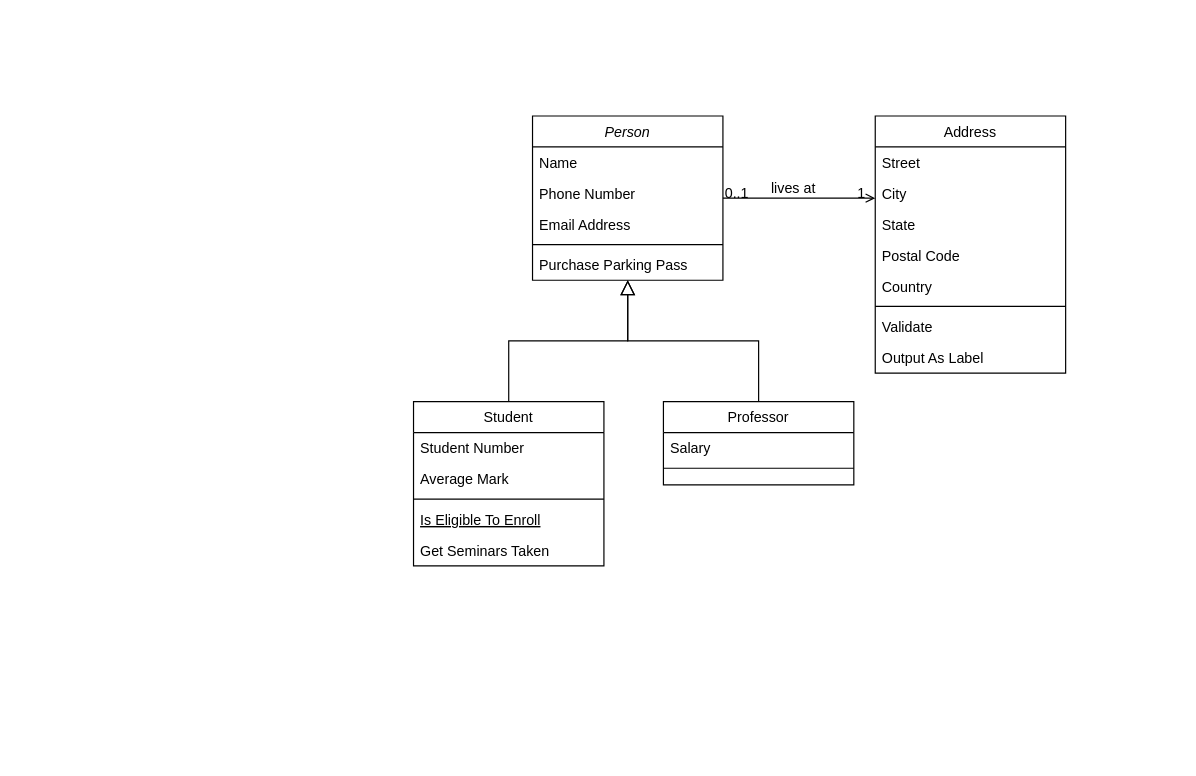
Above: Sistema Controle de Turma.drawio in Sant-Thiago/Estudos (draw.io), before the change. Source tidied: cells renumbered, new cells numbered last; positions are measured from the earlier drawing's top-left corner, leaving out a move shared by most shapes. Both pictures are drawn from the tidied source at 119%, with x=0, y=0 at pixel (413, 115).
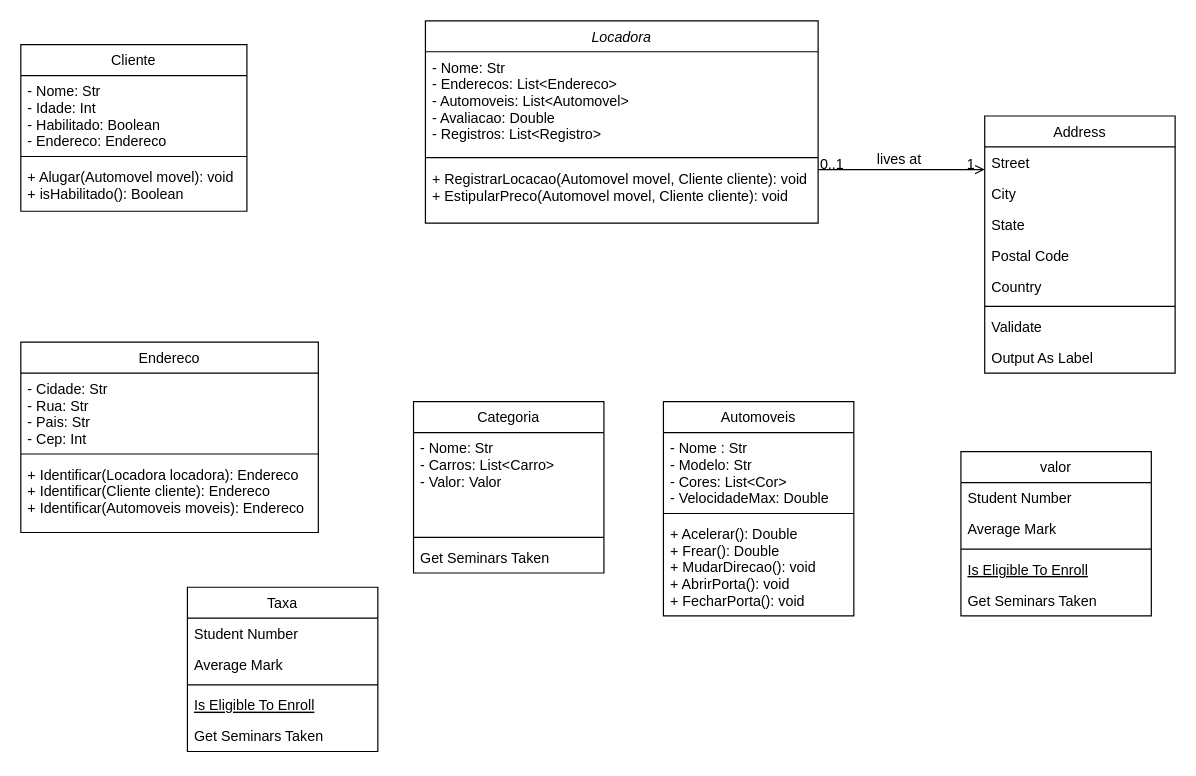
The same page after the edit.

What changed in the source:
```diff
@@
-    <mxCell id="2" value="Person" style="swimlane;fontStyle=2;align=center;verticalAlign=top;horizontal=1;startSize=26;rounded=0;shadow=0;strokeWidth=1;" parent="1" vertex="1">
-      <mxGeometry x="100" width="160" height="138" as="geometry" />
+    <mxCell id="2" value="Locadora" style="swimlane;fontStyle=2;align=center;verticalAlign=top;horizontal=1;startSize=26;rounded=0;shadow=0;strokeWidth=1;" parent="1" vertex="1">
+      <mxGeometry x="10" y="-80" width="330" height="170" as="geometry" />
     </mxCell>
-    <mxCell id="3" value="Name" style="text;align=left;verticalAlign=top;spacingLeft=4;spacingRight=4;overflow=hidden;" parent="2" vertex="1">
-      <mxGeometry y="26" width="160" height="26" as="geometry" />
+    <mxCell id="3" value="- Nome: Str&#10;- Enderecos: List&lt;Endereco&gt;&#10;- Automoveis: List&lt;Automovel&gt;&#10;- Avaliacao: Double&#10;- Registros: List&lt;Registro&gt;" style="text;align=left;verticalAlign=top;spacingLeft=4;spacingRight=4;overflow=hidden;" parent="2" vertex="1">
+      <mxGeometry y="26" width="330" height="84" as="geometry" />
     </mxCell>
-    <mxCell id="4" value="Phone Number" style="text;align=left;verticalAlign=top;spacingLeft=4;spacingRight=4;overflow=hidden;rounded=0;shadow=0;html=0;" parent="2" vertex="1">
-      <mxGeometry y="52" width="160" height="26" as="geometry" />
-    </mxCell>
-    <mxCell id="5" value="Email Address" style="text;align=left;verticalAlign=top;spacingLeft=4;spacingRight=4;overflow=hidden;rounded=0;shadow=0;html=0;" parent="2" vertex="1">
-      <mxGeometry y="78" width="160" height="26" as="geometry" />
-    </mxCell>
     <mxCell id="6" style="line;html=1;strokeWidth=1;align=left;verticalAlign=middle;spacingTop=-1;spacingLeft=3;spacingRight=3;labelPosition=right;" parent="2" vertex="1">
-      <mxGeometry y="104" width="160" height="8" as="geometry" />
+      <mxGeometry y="110" width="330" height="10" as="geometry" />
     </mxCell>
-    <mxCell id="7" value="Purchase Parking Pass" style="text;align=left;verticalAlign=top;spacingLeft=4;spacingRight=4;overflow=hidden;" parent="2" vertex="1">
-      <mxGeometry y="112" width="160" height="26" as="geometry" />
+    <mxCell id="7" value="+ RegistrarLocacao(Automovel movel, Cliente cliente): void&#10;+ EstipularPreco(Automovel movel, Cliente cliente): void" style="text;align=left;verticalAlign=top;spacingLeft=4;spacingRight=4;overflow=hidden;" parent="2" vertex="1">
+      <mxGeometry y="120" width="330" height="50" as="geometry" />
     </mxCell>
-    <mxCell id="8" value="Student" style="swimlane;fontStyle=0;align=center;verticalAlign=top;horizontal=1;startSize=26;rounded=0;shadow=0;strokeWidth=1;" parent="1" vertex="1">
-      <mxGeometry y="240" width="160" height="138" as="geometry" />
+    <mxCell id="8" value="Categoria" style="swimlane;fontStyle=0;align=center;verticalAlign=top;horizontal=1;startSize=26;rounded=0;shadow=0;strokeWidth=1;" parent="1" vertex="1">
+      <mxGeometry y="240" width="160" height="144" as="geometry" />
     </mxCell>
-    <mxCell id="9" value="Student Number" style="text;align=left;verticalAlign=top;spacingLeft=4;spacingRight=4;overflow=hidden;" parent="8" vertex="1">
-      <mxGeometry y="26" width="160" height="26" as="geometry" />
+    <mxCell id="9" value="- Nome: Str&#10;- Carros: List&lt;Carro&gt;&#10;- Valor: Valor&#10;" style="text;align=left;verticalAlign=top;spacingLeft=4;spacingRight=4;overflow=hidden;" parent="8" vertex="1">
+      <mxGeometry y="26" width="160" height="84" as="geometry" />
     </mxCell>
-    <mxCell id="10" value="Average Mark" style="text;align=left;verticalAlign=top;spacingLeft=4;spacingRight=4;overflow=hidden;rounded=0;shadow=0;html=0;" parent="8" vertex="1">
-      <mxGeometry y="52" width="160" height="26" as="geometry" />
-    </mxCell>
     <mxCell id="11" style="line;html=1;strokeWidth=1;align=left;verticalAlign=middle;spacingTop=-1;spacingLeft=3;spacingRight=3;labelPosition=right;" parent="8" vertex="1">
-      <mxGeometry y="78" width="160" height="8" as="geometry" />
+      <mxGeometry y="110" width="160" height="8" as="geometry" />
     </mxCell>
-    <mxCell id="12" value="Is Eligible To Enroll" style="text;align=left;verticalAlign=top;spacingLeft=4;spacingRight=4;overflow=hidden;fontStyle=4;" parent="8" vertex="1">
-      <mxGeometry y="86" width="160" height="26" as="geometry" />
-    </mxCell>
     <mxCell id="13" value="Get Seminars Taken" style="text;align=left;verticalAlign=top;spacingLeft=4;spacingRight=4;overflow=hidden;" parent="8" vertex="1">
-      <mxGeometry y="112" width="160" height="26" as="geometry" />
+      <mxGeometry y="118" width="160" height="26" as="geometry" />
     </mxCell>
-    <mxCell id="14" style="endArrow=block;endSize=10;endFill=0;shadow=0;strokeWidth=1;rounded=0;curved=0;edgeStyle=elbowEdgeStyle;elbow=vertical;" parent="1" edge="1" source="8" target="2">
-      <mxGeometry relative="1" as="geometry" />
-    </mxCell>
-    <mxCell id="15" value="Professor" style="swimlane;fontStyle=0;align=center;verticalAlign=top;horizontal=1;startSize=26;rounded=0;shadow=0;strokeWidth=1;" parent="1" vertex="1">
-      <mxGeometry x="210" y="240" width="160" height="70" as="geometry" />
+    <mxCell id="15" value="Automoveis" style="swimlane;fontStyle=0;align=center;verticalAlign=top;horizontal=1;startSize=26;rounded=0;shadow=0;strokeWidth=1;" parent="1" vertex="1">
+      <mxGeometry x="210" y="240" width="160" height="180" as="geometry" />
     </mxCell>
-    <mxCell id="16" value="Salary" style="text;align=left;verticalAlign=top;spacingLeft=4;spacingRight=4;overflow=hidden;" parent="15" vertex="1">
-      <mxGeometry y="26" width="160" height="26" as="geometry" />
+    <mxCell id="16" value="- Nome : Str&#10;- Modelo: Str&#10;- Cores: List&lt;Cor&gt;&#10;- VelocidadeMax: Double" style="text;align=left;verticalAlign=top;spacingLeft=4;spacingRight=4;overflow=hidden;" parent="15" vertex="1">
+      <mxGeometry y="26" width="160" height="64" as="geometry" />
     </mxCell>
     <mxCell id="17" style="line;html=1;strokeWidth=1;align=left;verticalAlign=middle;spacingTop=-1;spacingLeft=3;spacingRight=3;labelPosition=right;" parent="15" vertex="1">
-      <mxGeometry y="52" width="160" height="8" as="geometry" />
+      <mxGeometry y="90" width="160" height="8" as="geometry" />
     </mxCell>
-    <mxCell id="18" style="endArrow=block;endSize=10;endFill=0;shadow=0;strokeWidth=1;rounded=0;curved=0;edgeStyle=elbowEdgeStyle;elbow=vertical;" parent="1" edge="1" source="15" target="2">
-      <mxGeometry relative="1" as="geometry" />
-    </mxCell>
+    <mxCell id="32" value="+ Acelerar(): Double&#10;+ Frear(): Double&#10;+ MudarDirecao(): void&#10;+ AbrirPorta(): void&#10;+ FecharPorta(): void" style="text;align=left;verticalAlign=top;spacingLeft=4;spacingRight=4;overflow=hidden;" parent="15" vertex="1">
+      <mxGeometry y="98" width="160" height="82" as="geometry" />
+    </mxCell>
     <mxCell id="19" value="Address" style="swimlane;fontStyle=0;align=center;verticalAlign=top;horizontal=1;startSize=26;rounded=0;shadow=0;strokeWidth=1;" parent="1" vertex="1">
-      <mxGeometry x="388" width="160" height="216" as="geometry" />
+      <mxGeometry x="480" width="160" height="216" as="geometry" />
     </mxCell>
@@
+    <mxCell id="33" value="valor" style="swimlane;fontStyle=0;align=center;verticalAlign=top;horizontal=1;startSize=26;rounded=0;shadow=0;strokeWidth=1;" parent="1" vertex="1">
+      <mxGeometry x="460" y="282" width="160" height="138" as="geometry" />
+    </mxCell>
+    <mxCell id="34" value="Student Number" style="text;align=left;verticalAlign=top;spacingLeft=4;spacingRight=4;overflow=hidden;" parent="33" vertex="1">
+      <mxGeometry y="26" width="160" height="26" as="geometry" />
+    </mxCell>
+    <mxCell id="35" value="Average Mark" style="text;align=left;verticalAlign=top;spacingLeft=4;spacingRight=4;overflow=hidden;rounded=0;shadow=0;html=0;" parent="33" vertex="1">
+      <mxGeometry y="52" width="160" height="26" as="geometry" />
+    </mxCell>
+    <mxCell id="36" style="line;html=1;strokeWidth=1;align=left;verticalAlign=middle;spacingTop=-1;spacingLeft=3;spacingRight=3;labelPosition=right;" parent="33" vertex="1">
+      <mxGeometry y="78" width="160" height="8" as="geometry" />
+    </mxCell>
+    <mxCell id="37" value="Is Eligible To Enroll" style="text;align=left;verticalAlign=top;spacingLeft=4;spacingRight=4;overflow=hidden;fontStyle=4;" parent="33" vertex="1">
+      <mxGeometry y="86" width="160" height="26" as="geometry" />
+    </mxCell>
+    <mxCell id="38" value="Get Seminars Taken" style="text;align=left;verticalAlign=top;spacingLeft=4;spacingRight=4;overflow=hidden;" parent="33" vertex="1">
+      <mxGeometry y="112" width="160" height="26" as="geometry" />
+    </mxCell>
+    <mxCell id="39" value="Cliente" style="swimlane;fontStyle=0;align=center;verticalAlign=top;horizontal=1;startSize=26;rounded=0;shadow=0;strokeWidth=1;" parent="1" vertex="1">
+      <mxGeometry x="-330" y="-60" width="190" height="140" as="geometry" />
+    </mxCell>
+    <mxCell id="40" value="- Nome: Str&#10;- Idade: Int&#10;- Habilitado: Boolean&#10;- Endereco: Endereco" style="text;align=left;verticalAlign=top;spacingLeft=4;spacingRight=4;overflow=hidden;" parent="39" vertex="1">
+      <mxGeometry y="26" width="190" height="64" as="geometry" />
+    </mxCell>
+    <mxCell id="41" style="line;html=1;strokeWidth=1;align=left;verticalAlign=middle;spacingTop=-1;spacingLeft=3;spacingRight=3;labelPosition=right;" parent="39" vertex="1">
+      <mxGeometry y="90" width="190" height="8" as="geometry" />
+    </mxCell>
+    <mxCell id="42" value="+ Alugar(Automovel movel): void&#10;+ isHabilitado(): Boolean" style="text;align=left;verticalAlign=top;spacingLeft=4;spacingRight=4;overflow=hidden;" parent="39" vertex="1">
+      <mxGeometry y="98" width="190" height="42" as="geometry" />
+    </mxCell>
+    <mxCell id="43" value="Taxa" style="swimlane;fontStyle=0;align=center;verticalAlign=top;horizontal=1;startSize=26;rounded=0;shadow=0;strokeWidth=1;" parent="1" vertex="1">
+      <mxGeometry x="-190" y="396" width="160" height="138" as="geometry" />
+    </mxCell>
+    <mxCell id="44" value="Student Number" style="text;align=left;verticalAlign=top;spacingLeft=4;spacingRight=4;overflow=hidden;" parent="43" vertex="1">
+      <mxGeometry y="26" width="160" height="26" as="geometry" />
+    </mxCell>
+    <mxCell id="45" value="Average Mark" style="text;align=left;verticalAlign=top;spacingLeft=4;spacingRight=4;overflow=hidden;rounded=0;shadow=0;html=0;" parent="43" vertex="1">
+      <mxGeometry y="52" width="160" height="26" as="geometry" />
+    </mxCell>
+    <mxCell id="46" style="line;html=1;strokeWidth=1;align=left;verticalAlign=middle;spacingTop=-1;spacingLeft=3;spacingRight=3;labelPosition=right;" parent="43" vertex="1">
+      <mxGeometry y="78" width="160" height="8" as="geometry" />
+    </mxCell>
+    <mxCell id="47" value="Is Eligible To Enroll" style="text;align=left;verticalAlign=top;spacingLeft=4;spacingRight=4;overflow=hidden;fontStyle=4;" parent="43" vertex="1">
+      <mxGeometry y="86" width="160" height="26" as="geometry" />
+    </mxCell>
+    <mxCell id="48" value="Get Seminars Taken" style="text;align=left;verticalAlign=top;spacingLeft=4;spacingRight=4;overflow=hidden;" parent="43" vertex="1">
+      <mxGeometry y="112" width="160" height="26" as="geometry" />
+    </mxCell>
+    <mxCell id="49" value="Endereco" style="swimlane;fontStyle=0;align=center;verticalAlign=top;horizontal=1;startSize=26;rounded=0;shadow=0;strokeWidth=1;" parent="1" vertex="1">
+      <mxGeometry x="-330" y="190" width="250" height="160" as="geometry" />
+    </mxCell>
+    <mxCell id="50" value="- Cidade: Str&#10;- Rua: Str&#10;- Pais: Str &#10;- Cep: Int" style="text;align=left;verticalAlign=top;spacingLeft=4;spacingRight=4;overflow=hidden;" parent="49" vertex="1">
+      <mxGeometry y="26" width="250" height="64" as="geometry" />
+    </mxCell>
+    <mxCell id="51" style="line;html=1;strokeWidth=1;align=left;verticalAlign=middle;spacingTop=-1;spacingLeft=3;spacingRight=3;labelPosition=right;" parent="49" vertex="1">
+      <mxGeometry y="90" width="250" height="8" as="geometry" />
+    </mxCell>
+    <mxCell id="52" value="+ Identificar(Locadora locadora): Endereco&#10;+ Identificar(Cliente cliente): Endereco&#10;+ Identificar(Automoveis moveis): Endereco" style="text;align=left;verticalAlign=top;spacingLeft=4;spacingRight=4;overflow=hidden;" parent="49" vertex="1">
+      <mxGeometry y="98" width="250" height="62" as="geometry" />
+    </mxCell>
```
